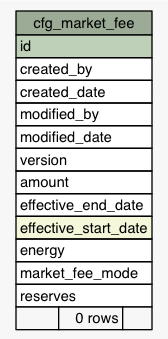
Above: Data/settlement/diagrams/summary/cfg_market_fee.1degree.png in eyana-m/python-data-dictionary-writer (Graphviz), before the change. Its source is kept beside it as Data/settlement/diagrams/summary/cfg_market_fee.1degree.dot. Source of this version:
```dot
digraph "cfg_market_fee" {
  graph [
    rankdir="RL"
    bgcolor="#f7f7f7"
    nodesep="0.18"
    ranksep="0.46"
    fontname="Helvetica"
    fontsize="11"
  ];
  node [
    fontname="Helvetica"
    fontsize="11"
    shape="plaintext"
  ];
  edge [
    arrowsize="0.8"
  ];
  "cfg_market_fee" [
    label=<
    <TABLE BORDER="0" CELLBORDER="1" CELLSPACING="0" BGCOLOR="#ffffff">
      <TR><TD COLSPAN="3" BGCOLOR="#9bab96" ALIGN="CENTER">cfg_market_fee</TD></TR>
      <TR><TD PORT="id" COLSPAN="3" BGCOLOR="#bed1b8" ALIGN="LEFT">id</TD></TR>
      <TR><TD PORT="created_by" COLSPAN="3" ALIGN="LEFT">created_by</TD></TR>
      <TR><TD PORT="created_date" COLSPAN="3" ALIGN="LEFT">created_date</TD></TR>
      <TR><TD PORT="modified_by" COLSPAN="3" ALIGN="LEFT">modified_by</TD></TR>
      <TR><TD PORT="modified_date" COLSPAN="3" ALIGN="LEFT">modified_date</TD></TR>
      <TR><TD PORT="version" COLSPAN="3" ALIGN="LEFT">version</TD></TR>
      <TR><TD PORT="amount" COLSPAN="3" ALIGN="LEFT">amount</TD></TR>
      <TR><TD PORT="effective_end_date" COLSPAN="3" ALIGN="LEFT">effective_end_date</TD></TR>
      <TR><TD PORT="effective_start_date" COLSPAN="3" BGCOLOR="#f4f7da" ALIGN="LEFT">effective_start_date</TD></TR>
      <TR><TD PORT="energy" COLSPAN="3" ALIGN="LEFT">energy</TD></TR>
      <TR><TD PORT="market_fee_mode" COLSPAN="3" ALIGN="LEFT">market_fee_mode</TD></TR>
      <TR><TD PORT="reserves" COLSPAN="3" ALIGN="LEFT">reserves</TD></TR>
      <TR><TD ALIGN="LEFT" BGCOLOR="#f7f7f7">  </TD><TD ALIGN="RIGHT" BGCOLOR="#f7f7f7">0 rows</TD><TD ALIGN="RIGHT" BGCOLOR="#f7f7f7">  </TD></TR>
    </TABLE>>
    URL="tables/cfg_market_fee.html"
    tooltip="cfg_market_fee"
  ];
}
```
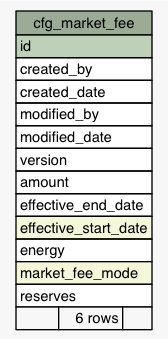
The same file after the commit.

Change to the diagram source:
```diff
@@ -29,9 +29,9 @@
       <TR><TD PORT="effective_end_date" COLSPAN="3" ALIGN="LEFT">effective_end_date</TD></TR>
       <TR><TD PORT="effective_start_date" COLSPAN="3" BGCOLOR="#f4f7da" ALIGN="LEFT">effective_start_date</TD></TR>
       <TR><TD PORT="energy" COLSPAN="3" ALIGN="LEFT">energy</TD></TR>
-      <TR><TD PORT="market_fee_mode" COLSPAN="3" ALIGN="LEFT">market_fee_mode</TD></TR>
+      <TR><TD PORT="market_fee_mode" COLSPAN="3" BGCOLOR="#f4f7da" ALIGN="LEFT">market_fee_mode</TD></TR>
       <TR><TD PORT="reserves" COLSPAN="3" ALIGN="LEFT">reserves</TD></TR>
-      <TR><TD ALIGN="LEFT" BGCOLOR="#f7f7f7">  </TD><TD ALIGN="RIGHT" BGCOLOR="#f7f7f7">0 rows</TD><TD ALIGN="RIGHT" BGCOLOR="#f7f7f7">  </TD></TR>
+      <TR><TD ALIGN="LEFT" BGCOLOR="#f7f7f7">  </TD><TD ALIGN="RIGHT" BGCOLOR="#f7f7f7">6 rows</TD><TD ALIGN="RIGHT" BGCOLOR="#f7f7f7">  </TD></TR>
     </TABLE>>
     URL="tables/cfg_market_fee.html"
     tooltip="cfg_market_fee"
```
